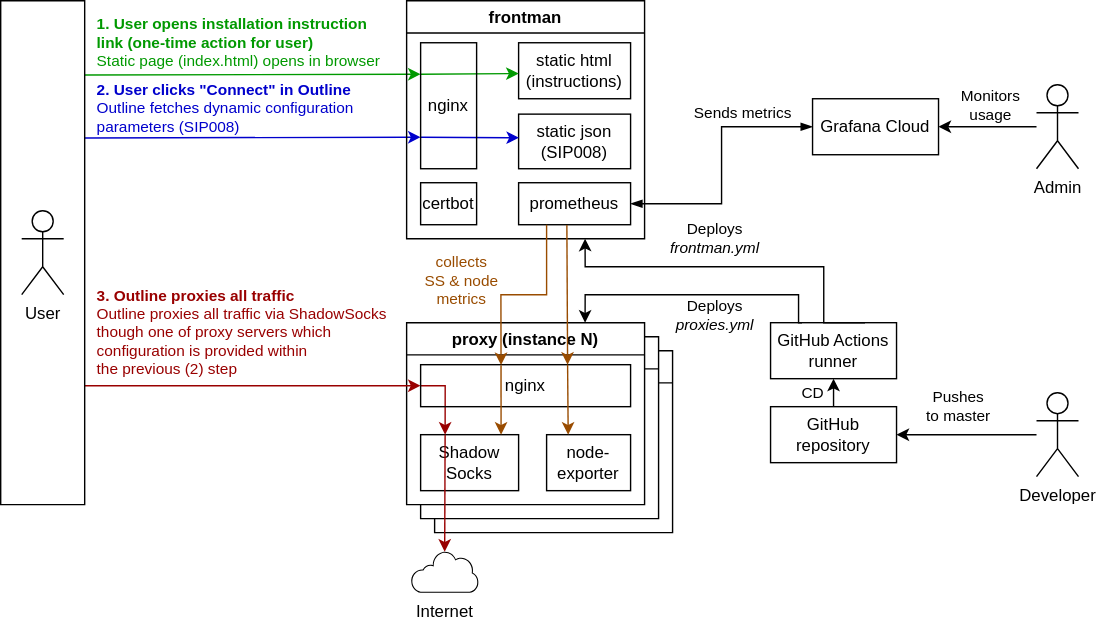
Earlier version of the draw.io export diagram.svg (ed-asriyan/proxy-server). Source tidied: cells renumbered, new cells last; positions are measured from the earlier drawing's top-left corner, leaving out a move shared by most shapes.
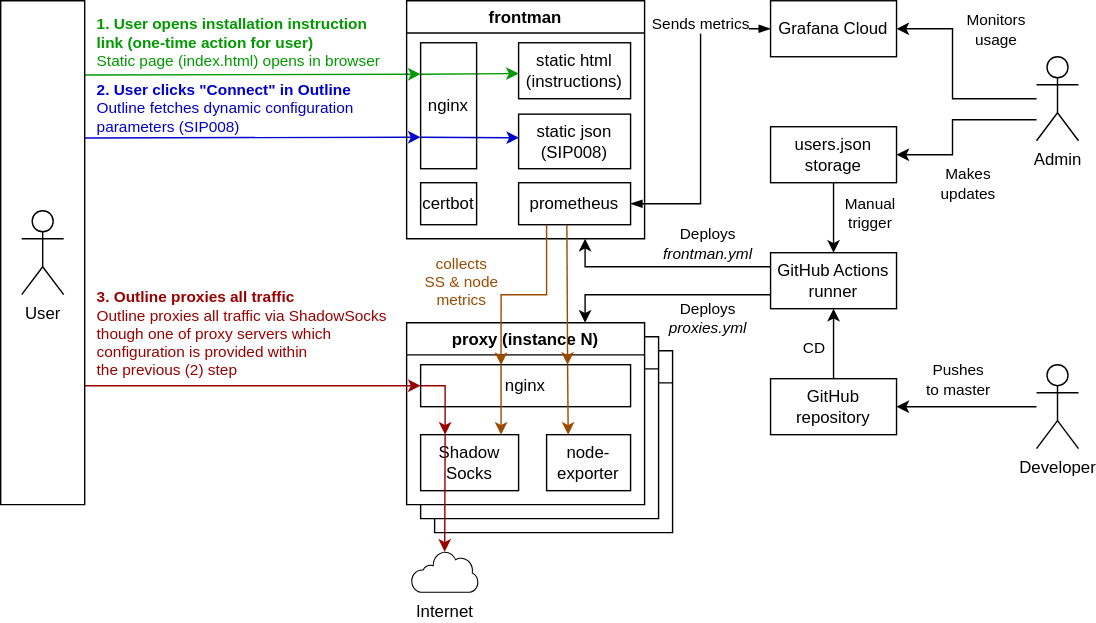
Above is the later version.

Commit message:
Move users to a secret cloud storage

What changed in the source:
```diff
@@ -8,17 +8,12 @@
     <mxCell id="3" value="proxy (instance N-1)" style="swimlane;fillColor=default;labelBackgroundColor=none;gradientColor=none;swimlaneFillColor=#FFFFFF;" parent="1" vertex="1">
       <mxGeometry x="300" y="240" width="170" height="130" as="geometry" />
     </mxCell>
-    <mxCell id="4" style="endArrow=classic;html=1;rounded=0;exitX=0.75;exitY=0;exitDx=0;exitDy=0;edgeStyle=orthogonalEdgeStyle;entryX=0.75;entryY=1;entryDx=0;entryDy=0;" parent="1" edge="1" source="40" target="19">
-      <mxGeometry relative="1" as="geometry">
-        <Array as="points">
-          <mxPoint x="588" y="190" />
-          <mxPoint x="418" y="190" />
-        </Array>
-      </mxGeometry>
+    <mxCell id="4" style="endArrow=classic;html=1;rounded=0;exitX=0;exitY=0.25;exitDx=0;exitDy=0;edgeStyle=orthogonalEdgeStyle;entryX=0.75;entryY=1;entryDx=0;entryDy=0;" parent="1" edge="1" source="40" target="19">
+      <mxGeometry relative="1" as="geometry" />
     </mxCell>
     <mxCell id="5" value="Deploys&lt;br&gt;&lt;i&gt;frontman.yml&lt;/i&gt;" style="edgeLabel;html=1;align=center;verticalAlign=middle;labelBackgroundColor=default;" parent="4" vertex="1">
       <mxGeometry x="0.16" y="-1" relative="1" as="geometry">
-        <mxPoint x="4" y="-19" as="offset" />
+        <mxPoint x="43" y="-16" as="offset" />
       </mxGeometry>
     </mxCell>
     <mxCell id="6" style="endArrow=classic;html=1;rounded=0;fontColor=#009900;strokeColor=#009900;entryX=0;entryY=0.25;entryDx=0;entryDy=0;" parent="1" edge="1" target="24">
@@ -105,7 +100,9 @@
       <mxGeometry x="15" y="150" width="30" height="60" as="geometry" />
     </mxCell>
     <mxCell id="29" value="Sends metrics" style="edgeStyle=orthogonalEdgeStyle;rounded=0;jettySize=auto;html=1;entryX=1;entryY=0.5;entryDx=0;entryDy=0;jumpStyle=sharp;startArrow=blockThin;startFill=1;endArrow=blockThin;endFill=1;exitX=0;exitY=0.5;exitDx=0;exitDy=0;labelBackgroundColor=default;" parent="1" edge="1" source="42" target="25">
-      <mxGeometry x="-0.46" y="-10" relative="1" as="geometry" />
+      <mxGeometry x="-0.49" y="-10" relative="1" as="geometry">
+        <mxPoint x="10" y="-10" as="offset" />
+      </mxGeometry>
     </mxCell>
     <mxCell id="30" style="edgeStyle=orthogonalEdgeStyle;rounded=0;jettySize=auto;html=1;entryX=0.5;entryY=1;entryDx=0;entryDy=0;exitX=0.5;exitY=0;exitDx=0;exitDy=0;" parent="1" edge="1" source="41" target="40">
       <mxGeometry relative="1" as="geometry" />
@@ -115,33 +112,32 @@
         <mxPoint x="-13" y="-2" as="offset" />
       </mxGeometry>
     </mxCell>
-    <mxCell id="32" style="endArrow=classic;html=1;rounded=0;entryX=0.75;entryY=0;entryDx=0;entryDy=0;exitX=0.25;exitY=0;exitDx=0;exitDy=0;edgeStyle=orthogonalEdgeStyle;" parent="1" edge="1" source="40" target="10">
-      <mxGeometry relative="1" as="geometry">
-        <Array as="points">
-          <mxPoint x="570" y="230" />
-          <mxPoint x="570" y="210" />
-          <mxPoint x="417" y="210" />
-        </Array>
-      </mxGeometry>
+    <mxCell id="32" style="endArrow=classic;html=1;rounded=0;entryX=0.75;entryY=0;entryDx=0;entryDy=0;exitX=0;exitY=0.75;exitDx=0;exitDy=0;edgeStyle=orthogonalEdgeStyle;" parent="1" edge="1" source="40" target="10">
+      <mxGeometry relative="1" as="geometry" />
     </mxCell>
     <mxCell id="33" value="Deploys&lt;br&gt;&lt;i&gt;proxies.yml&lt;/i&gt;" style="edgeLabel;html=1;align=center;verticalAlign=middle;labelBackgroundColor=default;" parent="32" vertex="1">
       <mxGeometry x="-0.04" y="1" relative="1" as="geometry">
-        <mxPoint x="11" y="14" as="offset" />
+        <mxPoint x="27" y="15" as="offset" />
       </mxGeometry>
     </mxCell>
     <mxCell id="34" value="Admin" style="shape=umlActor;verticalLabelPosition=bottom;verticalAlign=top;html=1;fillColor=none;" parent="1" vertex="1">
-      <mxGeometry x="740" y="60" width="30" height="60" as="geometry" />
+      <mxGeometry x="740" y="40" width="30" height="60" as="geometry" />
     </mxCell>
-    <mxCell id="35" style="endArrow=classic;html=1;rounded=0;entryX=1;entryY=0.5;entryDx=0;entryDy=0;" parent="1" edge="1" source="34" target="42">
-      <mxGeometry relative="1" as="geometry" />
+    <mxCell id="35" style="endArrow=classic;html=1;rounded=0;entryX=1;entryY=0.5;entryDx=0;entryDy=0;edgeStyle=orthogonalEdgeStyle;" parent="1" edge="1" source="34" target="42">
+      <mxGeometry relative="1" as="geometry">
+        <Array as="points">
+          <mxPoint x="680" y="70" />
+          <mxPoint x="680" y="20" />
+        </Array>
+      </mxGeometry>
     </mxCell>
     <mxCell id="36" value="Monitors&lt;br&gt;usage" style="edgeLabel;html=1;align=center;verticalAlign=middle;" parent="35" vertex="1">
       <mxGeometry x="0.29" y="2" relative="1" as="geometry">
-        <mxPoint x="12" y="-17" as="offset" />
+        <mxPoint x="32" y="-13" as="offset" />
       </mxGeometry>
     </mxCell>
     <mxCell id="37" value="Developer" style="shape=umlActor;verticalLabelPosition=bottom;verticalAlign=top;html=1;fillColor=none;" parent="1" vertex="1">
-      <mxGeometry x="740" y="280" width="30" height="60" as="geometry" />
+      <mxGeometry x="740" y="260" width="30" height="60" as="geometry" />
     </mxCell>
     <mxCell id="38" style="endArrow=classic;html=1;rounded=0;entryX=1;entryY=0.5;entryDx=0;entryDy=0;" parent="1" edge="1" source="37" target="41">
       <mxGeometry relative="1" as="geometry" />
@@ -152,13 +148,13 @@
       </mxGeometry>
     </mxCell>
     <mxCell id="40" value="GitHub Actions&lt;br&gt;runner" style="rounded=0;whiteSpace=wrap;html=1;fillColor=none;" parent="1" vertex="1">
-      <mxGeometry x="550" y="230" width="90" height="40" as="geometry" />
+      <mxGeometry x="550" y="180" width="90" height="40" as="geometry" />
     </mxCell>
     <mxCell id="41" value="GitHub&lt;br&gt;repository" style="rounded=0;whiteSpace=wrap;html=1;fillColor=none;" parent="1" vertex="1">
-      <mxGeometry x="550" y="290" width="90" height="40" as="geometry" />
+      <mxGeometry x="550" y="270" width="90" height="40" as="geometry" />
     </mxCell>
     <mxCell id="42" value="Grafana Cloud" style="rounded=0;whiteSpace=wrap;html=1;fillColor=none;" parent="1" vertex="1">
-      <mxGeometry x="580" y="70" width="90" height="40" as="geometry" />
+      <mxGeometry x="550" width="90" height="40" as="geometry" />
     </mxCell>
     <mxCell id="43" style="rounded=0;orthogonalLoop=1;jettySize=auto;html=1;exitX=0.431;exitY=1.004;exitDx=0;exitDy=0;strokeColor=#994C00;exitPerimeter=0;" parent="1" edge="1">
       <mxGeometry relative="1" as="geometry">
@@ -183,5 +179,29 @@
     <mxCell id="48" style="edgeStyle=orthogonalEdgeStyle;rounded=0;orthogonalLoop=1;jettySize=auto;html=1;exitX=0.5;exitY=1;exitDx=0;exitDy=0;exitPerimeter=0;" parent="1" edge="1" source="46" target="46">
       <mxGeometry relative="1" as="geometry" />
     </mxCell>
+    <mxCell id="49" style="edgeStyle=orthogonalEdgeStyle;rounded=0;jettySize=auto;html=1;" parent="1" edge="1" source="51" target="40">
+      <mxGeometry relative="1" as="geometry" />
+    </mxCell>
+    <mxCell id="50" value="&lt;div&gt;Manual&lt;/div&gt;&lt;div&gt;trigger&lt;/div&gt;" style="edgeLabel;html=1;align=center;verticalAlign=middle;" parent="49" vertex="1">
+      <mxGeometry x="-0.16" y="-1" relative="1" as="geometry">
+        <mxPoint x="26" as="offset" />
+      </mxGeometry>
+    </mxCell>
+    <mxCell id="51" value="&lt;div&gt;users.json storage&lt;br&gt;&lt;/div&gt;" style="rounded=0;whiteSpace=wrap;html=1;fillColor=none;" parent="1" vertex="1">
+      <mxGeometry x="550" y="90" width="90" height="40" as="geometry" />
+    </mxCell>
+    <mxCell id="52" style="endArrow=classic;html=1;rounded=0;entryX=1;entryY=0.5;entryDx=0;entryDy=0;edgeStyle=orthogonalEdgeStyle;" parent="1" edge="1" source="34" target="51">
+      <mxGeometry relative="1" as="geometry">
+        <Array as="points">
+          <mxPoint x="680" y="85" />
+          <mxPoint x="680" y="110" />
+        </Array>
+      </mxGeometry>
+    </mxCell>
+    <mxCell id="53" value="&lt;div&gt;Makes&lt;/div&gt;&lt;div&gt;updates&lt;/div&gt;" style="edgeLabel;html=1;align=center;verticalAlign=middle;" parent="52" vertex="1">
+      <mxGeometry x="0.29" y="2" relative="1" as="geometry">
+        <mxPoint x="8" y="24" as="offset" />
+      </mxGeometry>
+    </mxCell>
   </root>
 </mxGraphModel>
```
